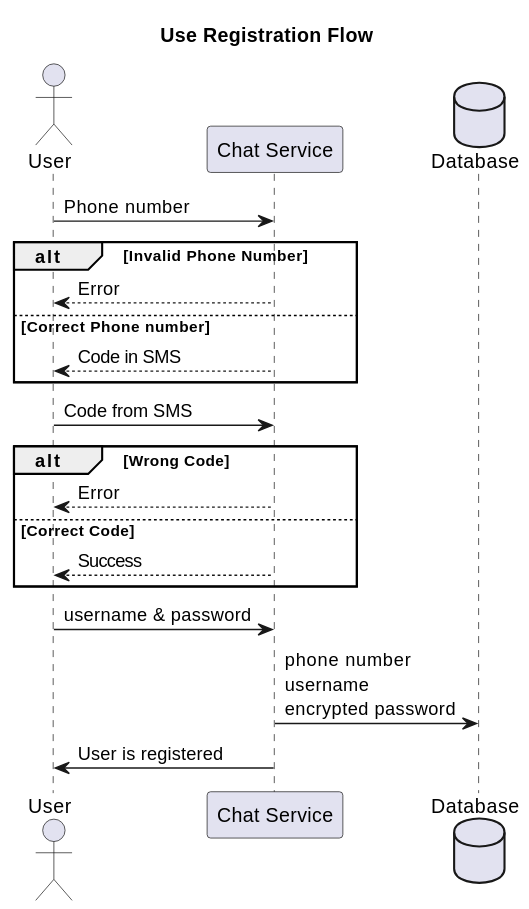
holtzilya2008/my-code keeps this PlantUML diagram as topics/architecture/2025-07_Chat_Messaging_Platform/solutions/lisa-gold/diagrams/svg/user_reg.svg. Above is the earlier version. Source of this version:
```plantuml
@startuml
title Use Registration Flow

actor User as User
participant "Chat Service" as ChatService
database "Database" as DB

User -> ChatService: Phone number

alt Invalid Phone Number
    ChatService --> User: Error
else Correct Phone number
    ChatService --> User: Code in SMS
end

User -> ChatService: Code from SMS

alt Wrong Code
    ChatService --> User: Error
else Correct Code
    ChatService --> User: Success
end

User -> ChatService: username & password
ChatService -> DB: phone number\nusername\nencrypted password
ChatService -> User: User is registered
@enduml
```
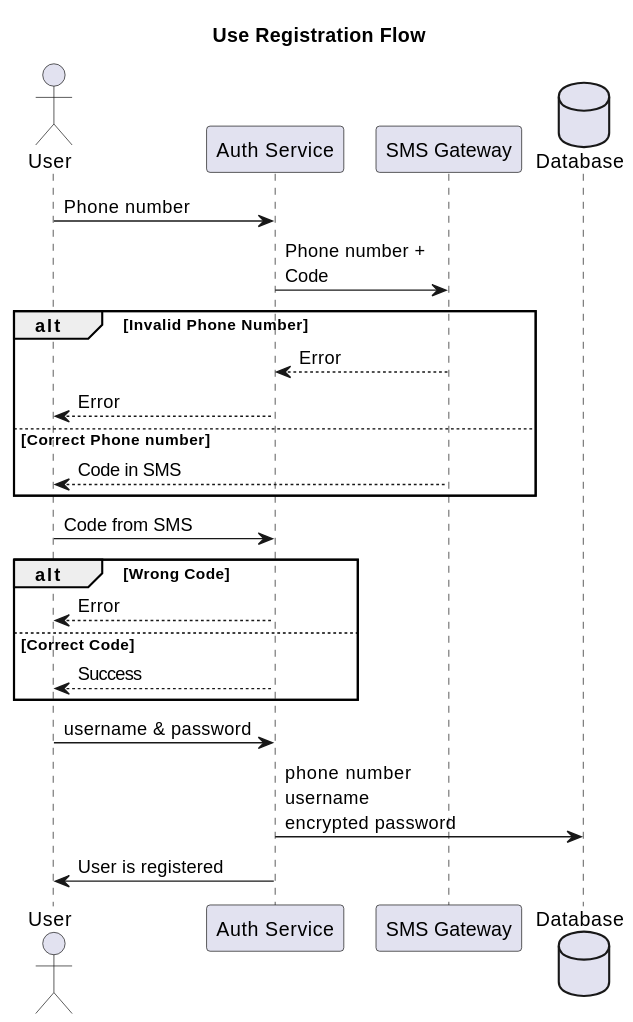
Later version of the same file.

Change to the diagram source:
```diff
@@ -2,26 +2,29 @@
 title Use Registration Flow
 
 actor User as User
-participant "Chat Service" as ChatService
+participant "Auth Service" as AuthService
+participant "SMS Gateway" as Smsgateway
 database "Database" as DB
 
-User -> ChatService: Phone number
+User -> AuthService: Phone number
+AuthService -> Smsgateway: Phone number +\nCode
 
 alt Invalid Phone Number
-    ChatService --> User: Error
+    Smsgateway --> AuthService: Error
+    AuthService --> User: Error
 else Correct Phone number
-    ChatService --> User: Code in SMS
+    Smsgateway --> User: Code in SMS
 end
 
-User -> ChatService: Code from SMS
+User -> AuthService: Code from SMS
 
 alt Wrong Code
-    ChatService --> User: Error
+    AuthService --> User: Error
 else Correct Code
-    ChatService --> User: Success
+    AuthService --> User: Success
 end
 
-User -> ChatService: username & password
-ChatService -> DB: phone number\nusername\nencrypted password
-ChatService -> User: User is registered
+User -> AuthService: username & password
+AuthService -> DB: phone number\nusername\nencrypted password
+AuthService -> User: User is registered
 @enduml
```
